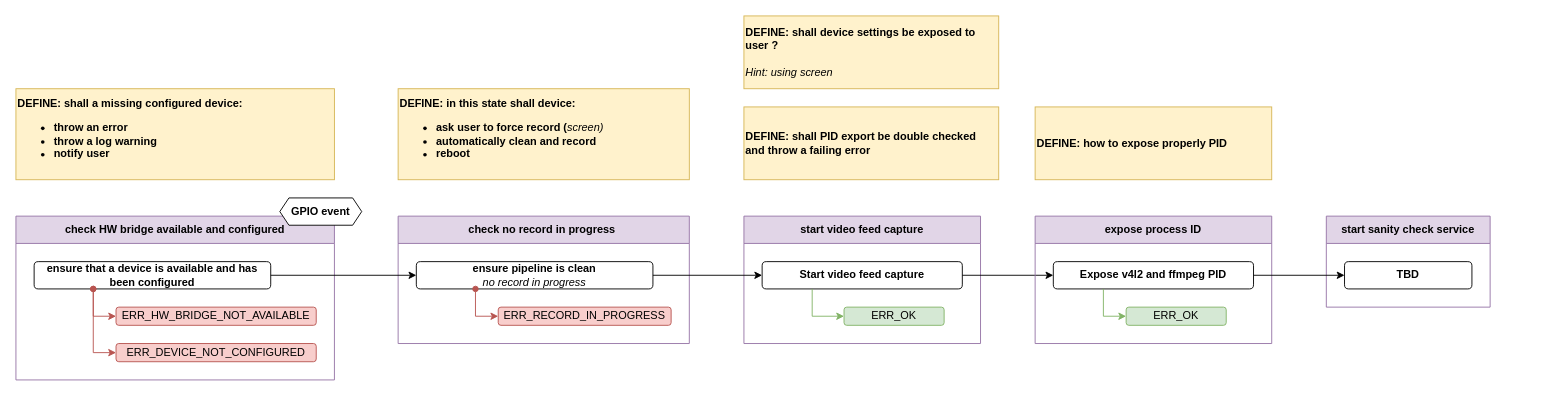
Above: page "start-rec" (6 of 9) of docs/arch/arch.drawio in repeact/embedded-sw (draw.io), before the change. Source tidied: cells renumbered, new cells numbered last; positions are measured from the earlier drawing's top-left corner, leaving out a move shared by most shapes. Both pictures are drawn from the tidied source at 91%, with x=0, y=0 at pixel (15, 15).
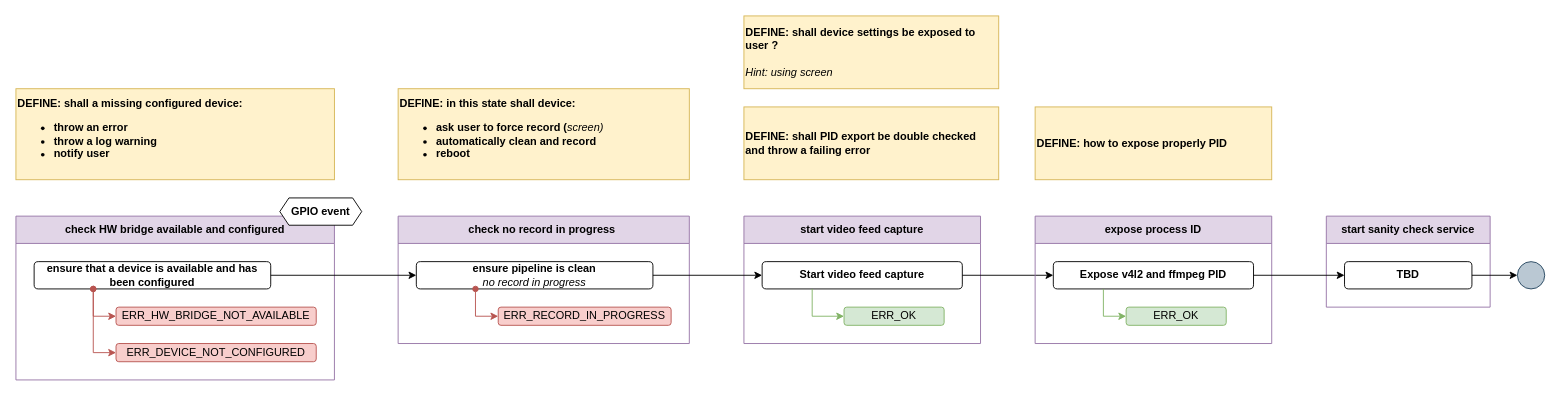
After the change.

The change refers to these unchanged cells:
```xml
<mxCell id="30" value="TBD" style="rounded=1;whiteSpace=wrap;html=1;fontStyle=1;" parent="29" vertex="1">
  <mxGeometry x="20" y="50" width="140" height="30" as="geometry" />
</mxCell>
```

The edit, as a diff of the source:
```diff
@@
+    <mxCell id="32" style="ellipse;whiteSpace=wrap;html=1;fillColor=#bac8d3;strokeColor=#23445d;" parent="1" vertex="1">
+      <mxGeometry x="1650" y="270" width="30" height="30" as="geometry" />
+    </mxCell>
+    <mxCell id="33" style="edgeStyle=orthogonalEdgeStyle;rounded=0;jettySize=auto;html=1;exitX=1;exitY=0.5;exitDx=0;exitDy=0;entryX=0;entryY=0.5;entryDx=0;entryDy=0;" parent="1" edge="1" source="30" target="32">
+      <mxGeometry relative="1" as="geometry" />
+    </mxCell>
```
